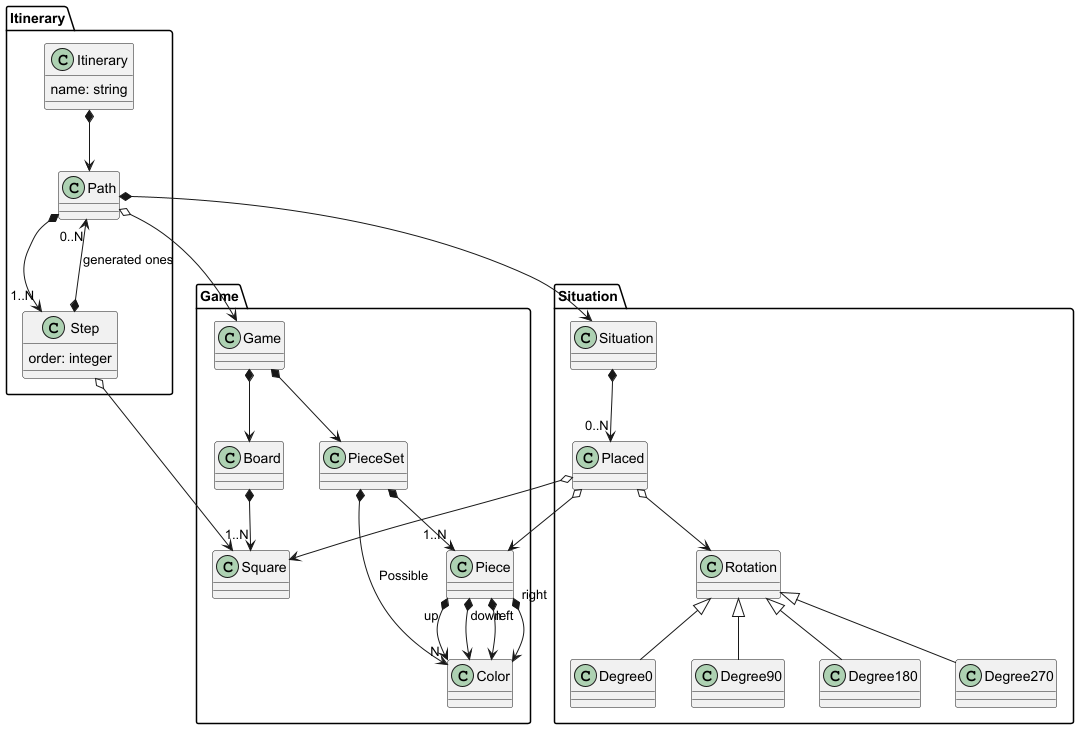
IgnacioMaestro/Eternity2 keeps this PlantUML diagram as doc/DomainModelDiagram/DomainModelDiagram.png. Above is the earlier version.
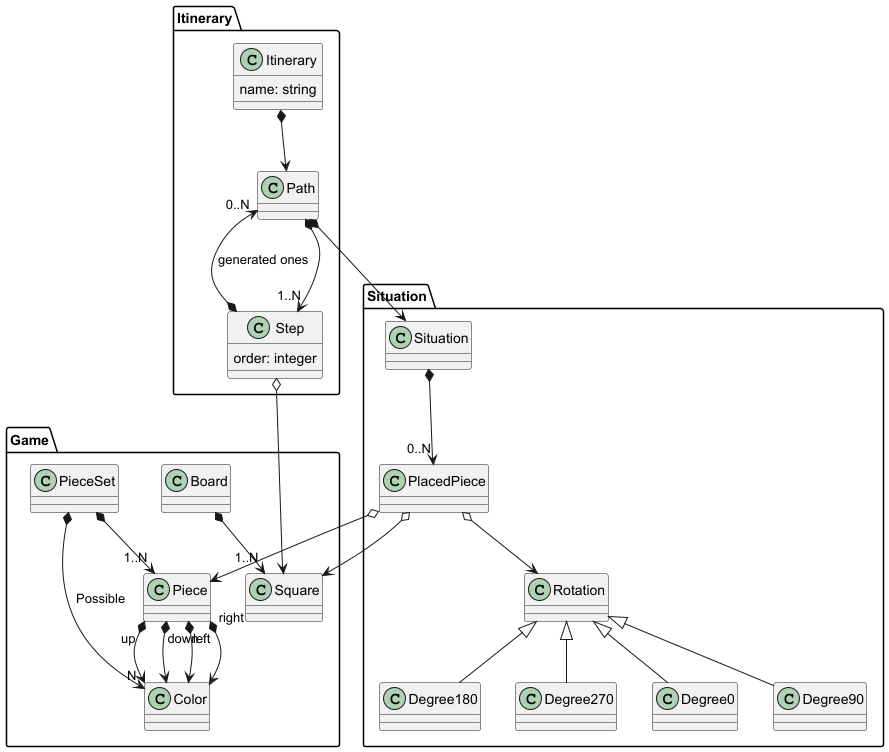
After the commit.

What changed in the source:
```diff
@@ -1,14 +1,11 @@
 @startuml
 package Game{
-    class Game
     class Board
     class Square
     class PieceSet
     class Piece
     class Color
 
-    Game *--> Board
-    Game *--> PieceSet
     Board *--> "1..N" Square
     PieceSet *--> "N" Color: Possible
     Piece "up" *--> Color
@@ -19,11 +16,11 @@
 }
 package Situation {
     class Situation
-    class Placed
+    class PlacedPiece
     class Rotation
 
-    Placed o--> Rotation
-    Situation *--> "0..N" Placed
+    PlacedPiece o--> Rotation
+    Situation *--> "0..N" PlacedPiece
     Rotation <|-- Degree0
     Rotation <|-- Degree90
     Rotation <|-- Degree180
@@ -42,9 +39,8 @@
     Itinerary *--> Path
     Step *--> "0..N" Path : "generated ones"
 }
-Path o--> Game.Game
 Path *--> Situation.Situation
-Placed o--> Square
-Placed o--> Piece
+PlacedPiece o--> Square
+PlacedPiece o--> Piece
 Step o--> Square
 @enduml
```
